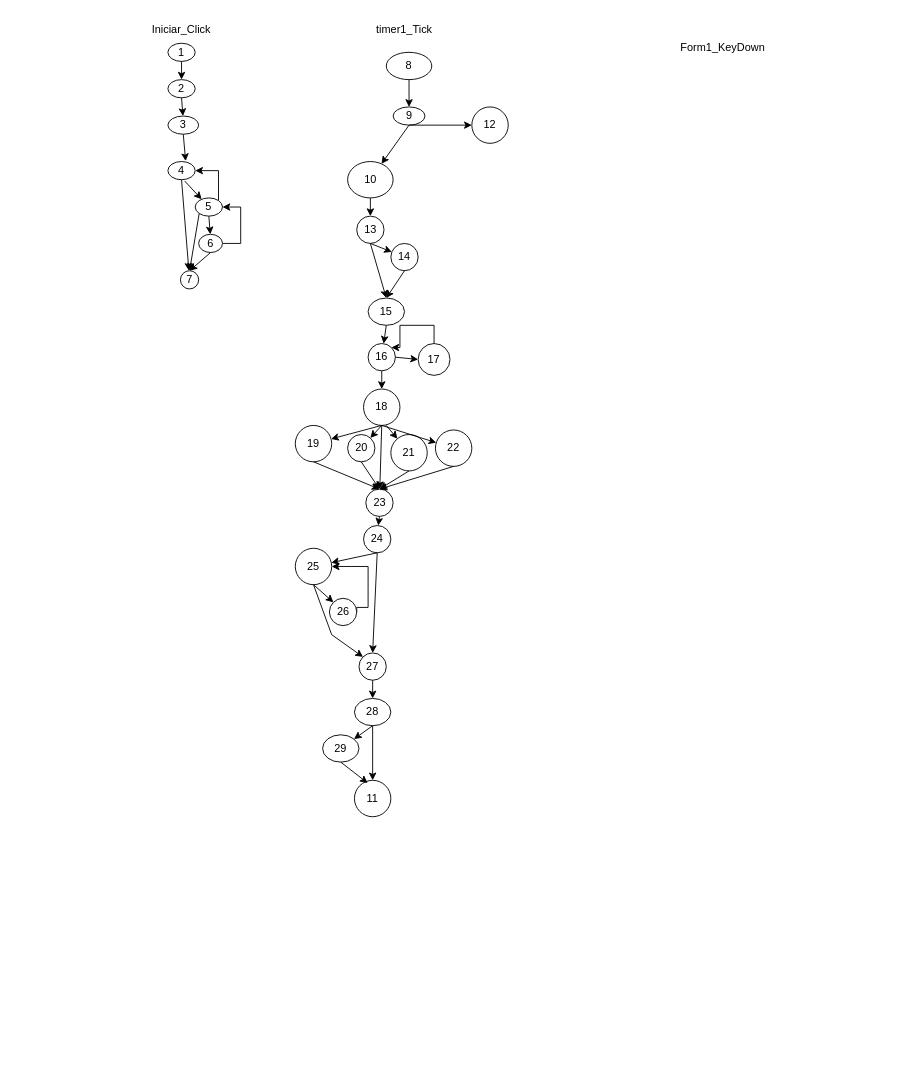
Before: Diagrama sin título.drawio in joqix/PrimerVideojuego, a draw.io diagram. Source tidied: cells renumbered, new cells numbered last; positions are measured from the earlier drawing's top-left corner, leaving out a move shared by most shapes. Both pictures are drawn from the tidied source at 91%, with x=0, y=0 at pixel (154, 15).
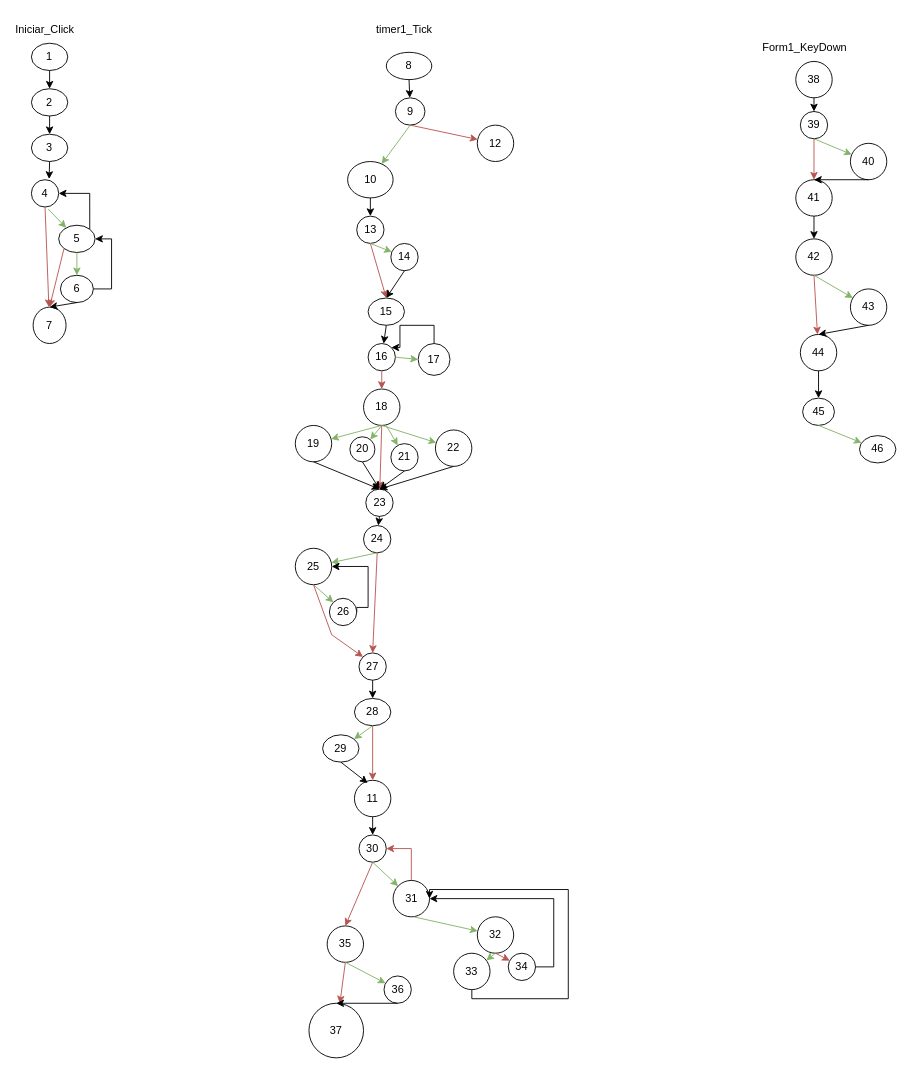
The same diagram, later.

Unchanged cells that the change refers to:
```xml
<mxCell id="23" value="10" style="ellipse;whiteSpace=wrap;html=1;" parent="1" vertex="1">
  <mxGeometry x="212.5" y="160" width="50" height="40" as="geometry" />
</mxCell>
<mxCell id="26" value="11" style="ellipse;whiteSpace=wrap;html=1;" parent="1" vertex="1">
  <mxGeometry x="220" y="840" width="40" height="40" as="geometry" />
</mxCell>
<mxCell id="31" value="13" style="ellipse;whiteSpace=wrap;html=1;" parent="1" vertex="1">
  <mxGeometry x="222.5" y="220" width="30" height="30" as="geometry" />
</mxCell>
<mxCell id="34" value="14" style="ellipse;whiteSpace=wrap;html=1;" parent="1" vertex="1">
  <mxGeometry x="260" y="250" width="30" height="30" as="geometry" />
</mxCell>
<mxCell id="35" value="15&lt;br&gt;" style="ellipse;whiteSpace=wrap;html=1;" parent="1" vertex="1">
  <mxGeometry x="235" y="310" width="40" height="30" as="geometry" />
</mxCell>
<mxCell id="38" value="16" style="ellipse;whiteSpace=wrap;html=1;" parent="1" vertex="1">
  <mxGeometry x="235" y="360" width="30" height="30" as="geometry" />
</mxCell>
<mxCell id="40" value="17&lt;br&gt;" style="ellipse;whiteSpace=wrap;html=1;" parent="1" vertex="1">
  <mxGeometry x="290" y="360" width="35" height="35" as="geometry" />
</mxCell>
<mxCell id="42" value="18&lt;br&gt;" style="ellipse;whiteSpace=wrap;html=1;" parent="1" vertex="1">
  <mxGeometry x="230" y="410" width="40" height="40" as="geometry" />
</mxCell>
<mxCell id="45" value="19" style="ellipse;whiteSpace=wrap;html=1;" parent="1" vertex="1">
  <mxGeometry x="155" y="450" width="40" height="40" as="geometry" />
</mxCell>
<mxCell id="51" value="22" style="ellipse;whiteSpace=wrap;html=1;" parent="1" vertex="1">
  <mxGeometry x="309" y="455" width="40" height="40" as="geometry" />
</mxCell>
<mxCell id="53" value="23" style="ellipse;whiteSpace=wrap;html=1;" parent="1" vertex="1">
  <mxGeometry x="232.5" y="520" width="30" height="30" as="geometry" />
</mxCell>
<mxCell id="59" value="24" style="ellipse;whiteSpace=wrap;html=1;" parent="1" vertex="1">
  <mxGeometry x="230" y="560" width="30" height="30" as="geometry" />
</mxCell>
<mxCell id="62" value="25" style="ellipse;whiteSpace=wrap;html=1;" parent="1" vertex="1">
  <mxGeometry x="155" y="585" width="40" height="40" as="geometry" />
</mxCell>
<mxCell id="64" value="26" style="ellipse;whiteSpace=wrap;html=1;" parent="1" vertex="1">
  <mxGeometry x="192.5" y="640" width="30" height="30" as="geometry" />
</mxCell>
<mxCell id="66" value="27&lt;br&gt;" style="ellipse;whiteSpace=wrap;html=1;" parent="1" vertex="1">
  <mxGeometry x="225" y="700" width="30" height="30" as="geometry" />
</mxCell>
<mxCell id="68" value="28" style="ellipse;whiteSpace=wrap;html=1;" parent="1" vertex="1">
  <mxGeometry x="220" y="750" width="40" height="30" as="geometry" />
</mxCell>
<mxCell id="71" value="29" style="ellipse;whiteSpace=wrap;html=1;" parent="1" vertex="1">
  <mxGeometry x="185" y="790" width="40" height="30" as="geometry" />
</mxCell>
```

The edit, as a diff of the source:
```diff
@@
     <mxCell id="2" value="1" style="ellipse;whiteSpace=wrap;html=1;" parent="1" vertex="1">
-      <mxGeometry x="15" y="30" width="30" height="20" as="geometry" />
+      <mxGeometry x="-135" y="30" width="40" height="30" as="geometry" />
     </mxCell>
@@
     <mxCell id="4" value="2" style="ellipse;whiteSpace=wrap;html=1;" parent="1" vertex="1">
-      <mxGeometry x="15" y="70" width="30" height="20" as="geometry" />
+      <mxGeometry x="-135" y="80" width="40" height="30" as="geometry" />
     </mxCell>
@@
     <mxCell id="6" value="3" style="ellipse;whiteSpace=wrap;html=1;" parent="1" vertex="1">
-      <mxGeometry x="15" y="110" width="33.8" height="20" as="geometry" />
+      <mxGeometry x="-135" y="130" width="40" height="30" as="geometry" />
     </mxCell>
@@
     <mxCell id="8" value="4" style="ellipse;whiteSpace=wrap;html=1;" parent="1" vertex="1">
-      <mxGeometry x="15" y="160" width="30" height="20" as="geometry" />
+      <mxGeometry x="-135" y="180" width="30" height="30" as="geometry" />
     </mxCell>
-    <mxCell id="9" style="endArrow=classic;html=1;rounded=0;exitX=0.5;exitY=1;exitDx=0;exitDy=0;" parent="1" edge="1" source="8" target="16">
+    <mxCell id="9" style="endArrow=classic;html=1;rounded=0;exitX=0.5;exitY=1;exitDx=0;exitDy=0;fillColor=#f8cecc;strokeColor=#b85450;" parent="1" edge="1" source="8" target="16">
       <mxGeometry relative="1" as="geometry" />
     </mxCell>
-    <mxCell id="10" style="endArrow=classic;html=1;rounded=0;exitX=0.617;exitY=1.075;exitDx=0;exitDy=0;exitPerimeter=0;" parent="1" edge="1" source="8" target="12">
+    <mxCell id="10" style="endArrow=classic;html=1;rounded=0;exitX=0.617;exitY=1.075;exitDx=0;exitDy=0;exitPerimeter=0;fillColor=#d5e8d4;strokeColor=#82b366;" parent="1" edge="1" source="8" target="12">
       <mxGeometry relative="1" as="geometry" />
     </mxCell>
@@
     <mxCell id="12" value="5" style="ellipse;whiteSpace=wrap;html=1;" parent="1" vertex="1">
-      <mxGeometry x="45" y="200" width="30" height="20" as="geometry" />
+      <mxGeometry x="-105" y="230" width="40" height="30" as="geometry" />
     </mxCell>
-    <mxCell id="13" style="endArrow=classic;html=1;rounded=0;exitX=0.5;exitY=1;exitDx=0;exitDy=0;" parent="1" edge="1" source="12" target="15">
+    <mxCell id="13" style="endArrow=classic;html=1;rounded=0;exitX=0.5;exitY=1;exitDx=0;exitDy=0;fillColor=#d5e8d4;strokeColor=#82b366;" parent="1" edge="1" source="12" target="15">
       <mxGeometry relative="1" as="geometry" />
     </mxCell>
@@
     <mxCell id="15" value="6" style="ellipse;whiteSpace=wrap;html=1;" parent="1" vertex="1">
-      <mxGeometry x="48.8" y="240" width="26.2" height="20" as="geometry" />
+      <mxGeometry x="-103.1" y="285" width="36.2" height="30" as="geometry" />
     </mxCell>
     <mxCell id="16" value="7" style="ellipse;whiteSpace=wrap;html=1;" parent="1" vertex="1">
-      <mxGeometry x="28.8" y="280" width="20" height="20" as="geometry" />
+      <mxGeometry x="-133.1" y="320" width="36.2" height="40" as="geometry" />
     </mxCell>
@@
-    <mxCell id="18" style="endArrow=classic;html=1;rounded=0;exitX=0;exitY=1;exitDx=0;exitDy=0;entryX=0.5;entryY=0;entryDx=0;entryDy=0;" parent="1" edge="1" source="12" target="16">
+    <mxCell id="18" style="endArrow=classic;html=1;rounded=0;exitX=0;exitY=1;exitDx=0;exitDy=0;entryX=0.5;entryY=0;entryDx=0;entryDy=0;fillColor=#f8cecc;strokeColor=#b85450;" parent="1" edge="1" source="12" target="16">
       <mxGeometry relative="1" as="geometry" />
     </mxCell>
@@
     <mxCell id="21" value="9" style="ellipse;whiteSpace=wrap;html=1;" parent="1" vertex="1">
-      <mxGeometry x="262.5" y="100" width="35" height="20" as="geometry" />
+      <mxGeometry x="265" y="90" width="32.5" height="30" as="geometry" />
     </mxCell>
-    <mxCell id="22" style="endArrow=classic;html=1;rounded=0;exitX=0.5;exitY=1;exitDx=0;exitDy=0;" parent="1" edge="1" source="21" target="23">
+    <mxCell id="22" style="endArrow=classic;html=1;rounded=0;exitX=0.5;exitY=1;exitDx=0;exitDy=0;fillColor=#d5e8d4;strokeColor=#82b366;" parent="1" edge="1" source="21" target="23">
       <mxGeometry relative="1" as="geometry" />
     </mxCell>
@@
-    <mxCell id="24" style="endArrow=classic;html=1;rounded=0;exitX=0.5;exitY=1;exitDx=0;exitDy=0;" parent="1" edge="1" source="21" target="25">
+    <mxCell id="24" style="endArrow=classic;html=1;rounded=0;exitX=0.5;exitY=1;exitDx=0;exitDy=0;fillColor=#f8cecc;strokeColor=#b85450;" parent="1" edge="1" source="21" target="25">
       <mxGeometry relative="1" as="geometry" />
     </mxCell>
     <mxCell id="25" value="12" style="ellipse;whiteSpace=wrap;html=1;" parent="1" vertex="1">
-      <mxGeometry x="349" y="100" width="40" height="40" as="geometry" />
+      <mxGeometry x="355" y="120" width="40" height="40" as="geometry" />
     </mxCell>
@@
     <mxCell id="27" value="Iniciar_Click" style="text;html=1;strokeColor=none;fillColor=none;align=center;verticalAlign=middle;whiteSpace=wrap;rounded=0;" parent="1" vertex="1">
-      <mxGeometry width="60" height="30" as="geometry" />
+      <mxGeometry x="-150" width="60" height="30" as="geometry" />
     </mxCell>
@@
     <mxCell id="29" value="Form1_KeyDown" style="text;html=1;strokeColor=none;fillColor=none;align=center;verticalAlign=middle;whiteSpace=wrap;rounded=0;" parent="1" vertex="1">
-      <mxGeometry x="595" y="20" width="60" height="30" as="geometry" />
+      <mxGeometry x="685" y="20" width="60" height="30" as="geometry" />
     </mxCell>
@@
-    <mxCell id="32" style="endArrow=classic;html=1;rounded=0;exitX=0.5;exitY=1;exitDx=0;exitDy=0;entryX=0.5;entryY=0;entryDx=0;entryDy=0;" parent="1" edge="1" source="31" target="35">
+    <mxCell id="32" style="endArrow=classic;html=1;rounded=0;exitX=0.5;exitY=1;exitDx=0;exitDy=0;entryX=0.5;entryY=0;entryDx=0;entryDy=0;fillColor=#f8cecc;strokeColor=#b85450;" parent="1" edge="1" source="31" target="35">
       <mxGeometry relative="1" as="geometry" />
     </mxCell>
-    <mxCell id="33" style="endArrow=classic;html=1;rounded=0;exitX=0.5;exitY=1;exitDx=0;exitDy=0;" parent="1" edge="1" source="31" target="34">
+    <mxCell id="33" style="endArrow=classic;html=1;rounded=0;exitX=0.5;exitY=1;exitDx=0;exitDy=0;fillColor=#d5e8d4;strokeColor=#82b366;" parent="1" edge="1" source="31" target="34">
       <mxGeometry relative="1" as="geometry" />
     </mxCell>
@@
-    <mxCell id="41" style="endArrow=classic;html=1;rounded=0;exitX=1;exitY=0.5;exitDx=0;exitDy=0;entryX=0;entryY=0.5;entryDx=0;entryDy=0;" parent="1" edge="1" source="38" target="40">
+    <mxCell id="41" style="endArrow=classic;html=1;rounded=0;exitX=1;exitY=0.5;exitDx=0;exitDy=0;entryX=0;entryY=0.5;entryDx=0;entryDy=0;fillColor=#d5e8d4;strokeColor=#82b366;" parent="1" edge="1" source="38" target="40">
       <mxGeometry relative="1" as="geometry" />
     </mxCell>
@@
-    <mxCell id="43" style="endArrow=classic;html=1;rounded=0;exitX=0.5;exitY=1;exitDx=0;exitDy=0;entryX=0.5;entryY=0;entryDx=0;entryDy=0;" parent="1" edge="1" source="38" target="42">
+    <mxCell id="43" style="endArrow=classic;html=1;rounded=0;exitX=0.5;exitY=1;exitDx=0;exitDy=0;entryX=0.5;entryY=0;entryDx=0;entryDy=0;fillColor=#f8cecc;strokeColor=#b85450;" parent="1" edge="1" source="38" target="42">
       <mxGeometry relative="1" as="geometry" />
     </mxCell>
-    <mxCell id="44" style="endArrow=classic;html=1;rounded=0;exitX=0.5;exitY=1;exitDx=0;exitDy=0;" parent="1" edge="1" source="42" target="45">
+    <mxCell id="44" style="endArrow=classic;html=1;rounded=0;exitX=0.5;exitY=1;exitDx=0;exitDy=0;fillColor=#d5e8d4;strokeColor=#82b366;" parent="1" edge="1" source="42" target="45">
       <mxGeometry relative="1" as="geometry" />
     </mxCell>
@@
-    <mxCell id="46" style="endArrow=classic;html=1;rounded=0;exitX=0.5;exitY=1;exitDx=0;exitDy=0;" parent="1" edge="1" source="42" target="47">
+    <mxCell id="46" style="endArrow=classic;html=1;rounded=0;exitX=0.5;exitY=1;exitDx=0;exitDy=0;fillColor=#d5e8d4;strokeColor=#82b366;" parent="1" edge="1" source="42" target="47">
       <mxGeometry relative="1" as="geometry" />
     </mxCell>
     <mxCell id="47" value="20" style="ellipse;whiteSpace=wrap;html=1;" parent="1" vertex="1">
-      <mxGeometry x="212.5" y="460" width="30" height="30" as="geometry" />
+      <mxGeometry x="215" y="462.5" width="27.5" height="27.5" as="geometry" />
     </mxCell>
-    <mxCell id="48" style="endArrow=classic;html=1;rounded=0;" parent="1" edge="1" target="49">
+    <mxCell id="48" style="endArrow=classic;html=1;rounded=0;fillColor=#d5e8d4;strokeColor=#82b366;" parent="1" edge="1" target="49">
       <mxGeometry relative="1" as="geometry">
         <mxPoint x="255" y="450" as="sourcePoint" />
       </mxGeometry>
     </mxCell>
     <mxCell id="49" value="21" style="ellipse;whiteSpace=wrap;html=1;" parent="1" vertex="1">
-      <mxGeometry x="260" y="460" width="40" height="40" as="geometry" />
+      <mxGeometry x="260" y="470" width="30" height="30" as="geometry" />
     </mxCell>
-    <mxCell id="50" style="endArrow=classic;html=1;rounded=0;exitX=0.5;exitY=1;exitDx=0;exitDy=0;" parent="1" edge="1" source="42" target="51">
+    <mxCell id="50" style="endArrow=classic;html=1;rounded=0;exitX=0.5;exitY=1;exitDx=0;exitDy=0;fillColor=#d5e8d4;strokeColor=#82b366;" parent="1" edge="1" source="42" target="51">
       <mxGeometry relative="1" as="geometry" />
     </mxCell>
@@
-    <mxCell id="52" style="endArrow=classic;html=1;rounded=0;exitX=0.5;exitY=1;exitDx=0;exitDy=0;" parent="1" edge="1" source="42" target="53">
+    <mxCell id="52" style="endArrow=classic;html=1;rounded=0;exitX=0.5;exitY=1;exitDx=0;exitDy=0;fillColor=#f8cecc;strokeColor=#b85450;" parent="1" edge="1" source="42" target="53">
       <mxGeometry relative="1" as="geometry" />
     </mxCell>
@@
-    <mxCell id="60" style="endArrow=classic;html=1;rounded=0;exitX=0.5;exitY=1;exitDx=0;exitDy=0;" parent="1" edge="1" source="59" target="62">
+    <mxCell id="60" style="endArrow=classic;html=1;rounded=0;exitX=0.5;exitY=1;exitDx=0;exitDy=0;fillColor=#d5e8d4;strokeColor=#82b366;" parent="1" edge="1" source="59" target="62">
       <mxGeometry relative="1" as="geometry" />
     </mxCell>
-    <mxCell id="61" style="endArrow=classic;html=1;rounded=0;exitX=0.5;exitY=1;exitDx=0;exitDy=0;entryX=0.5;entryY=0;entryDx=0;entryDy=0;" parent="1" edge="1" source="59" target="66">
+    <mxCell id="61" style="endArrow=classic;html=1;rounded=0;exitX=0.5;exitY=1;exitDx=0;exitDy=0;entryX=0.5;entryY=0;entryDx=0;entryDy=0;fillColor=#f8cecc;strokeColor=#b85450;" parent="1" edge="1" source="59" target="66">
       <mxGeometry relative="1" as="geometry" />
     </mxCell>
@@
-    <mxCell id="65" style="endArrow=classic;html=1;rounded=0;exitX=0.5;exitY=1;exitDx=0;exitDy=0;entryX=0;entryY=0;entryDx=0;entryDy=0;" parent="1" edge="1" source="62" target="64">
+    <mxCell id="65" style="endArrow=classic;html=1;rounded=0;exitX=0.5;exitY=1;exitDx=0;exitDy=0;entryX=0;entryY=0;entryDx=0;entryDy=0;fillColor=#d5e8d4;strokeColor=#82b366;" parent="1" edge="1" source="62" target="64">
       <mxGeometry relative="1" as="geometry" />
     </mxCell>
@@
-    <mxCell id="67" style="endArrow=classic;html=1;rounded=0;exitX=0.5;exitY=1;exitDx=0;exitDy=0;entryX=0;entryY=0;entryDx=0;entryDy=0;" parent="1" edge="1" source="62" target="66">
+    <mxCell id="67" style="endArrow=classic;html=1;rounded=0;exitX=0.5;exitY=1;exitDx=0;exitDy=0;entryX=0;entryY=0;entryDx=0;entryDy=0;fillColor=#f8cecc;strokeColor=#b85450;" parent="1" edge="1" source="62" target="66">
       <mxGeometry relative="1" as="geometry">
         <Array as="points">
           <mxPoint x="195" y="680" />
         </Array>
       </mxGeometry>
     </mxCell>
@@
-    <mxCell id="70" style="endArrow=classic;html=1;rounded=0;exitX=0.5;exitY=1;exitDx=0;exitDy=0;" parent="1" edge="1" source="68" target="71">
+    <mxCell id="70" style="endArrow=classic;html=1;rounded=0;exitX=0.5;exitY=1;exitDx=0;exitDy=0;fillColor=#d5e8d4;strokeColor=#82b366;" parent="1" edge="1" source="68" target="71">
       <mxGeometry relative="1" as="geometry" />
     </mxCell>
@@
-    <mxCell id="72" style="endArrow=classic;html=1;rounded=0;exitX=0.5;exitY=1;exitDx=0;exitDy=0;entryX=0.5;entryY=0;entryDx=0;entryDy=0;" parent="1" edge="1" source="68" target="26">
+    <mxCell id="72" style="endArrow=classic;html=1;rounded=0;exitX=0.5;exitY=1;exitDx=0;exitDy=0;entryX=0.5;entryY=0;entryDx=0;entryDy=0;fillColor=#f8cecc;strokeColor=#b85450;" parent="1" edge="1" source="68" target="26">
       <mxGeometry relative="1" as="geometry" />
     </mxCell>
@@
+    <mxCell id="74" style="endArrow=classic;html=1;rounded=0;exitX=0.5;exitY=1;exitDx=0;exitDy=0;" parent="1" edge="1" source="26" target="75">
+      <mxGeometry relative="1" as="geometry" />
+    </mxCell>
+    <mxCell id="75" value="30" style="ellipse;whiteSpace=wrap;html=1;" parent="1" vertex="1">
+      <mxGeometry x="225" y="900" width="30" height="30" as="geometry" />
+    </mxCell>
+    <mxCell id="76" style="endArrow=classic;html=1;rounded=0;exitX=0.5;exitY=1;exitDx=0;exitDy=0;entryX=0.5;entryY=0;entryDx=0;entryDy=0;fillColor=#f8cecc;strokeColor=#b85450;" parent="1" edge="1" source="75" target="88">
+      <mxGeometry relative="1" as="geometry" />
+    </mxCell>
+    <mxCell id="77" style="endArrow=classic;html=1;rounded=0;exitX=0.5;exitY=1;exitDx=0;exitDy=0;fillColor=#d5e8d4;strokeColor=#82b366;" parent="1" edge="1" source="75" target="79">
+      <mxGeometry relative="1" as="geometry" />
+    </mxCell>
+    <mxCell id="78" style="edgeStyle=orthogonalEdgeStyle;rounded=0;jettySize=auto;html=1;exitX=0.5;exitY=0;exitDx=0;exitDy=0;entryX=1;entryY=0.5;entryDx=0;entryDy=0;fillColor=#f8cecc;strokeColor=#b85450;" parent="1" edge="1" source="79" target="75">
+      <mxGeometry relative="1" as="geometry" />
+    </mxCell>
+    <mxCell id="79" value="31" style="ellipse;whiteSpace=wrap;html=1;" parent="1" vertex="1">
+      <mxGeometry x="262.5" y="950" width="40" height="40" as="geometry" />
+    </mxCell>
+    <mxCell id="80" style="endArrow=classic;html=1;rounded=0;fillColor=#d5e8d4;strokeColor=#82b366;" parent="1" edge="1" target="81">
+      <mxGeometry relative="1" as="geometry">
+        <mxPoint x="285" y="990" as="sourcePoint" />
+      </mxGeometry>
+    </mxCell>
+    <mxCell id="81" value="32" style="ellipse;whiteSpace=wrap;html=1;" parent="1" vertex="1">
+      <mxGeometry x="355" y="990" width="40" height="40" as="geometry" />
+    </mxCell>
+    <mxCell id="82" style="endArrow=classic;html=1;rounded=0;exitX=0.5;exitY=1;exitDx=0;exitDy=0;fillColor=#d5e8d4;strokeColor=#82b366;" parent="1" edge="1" source="81" target="84">
+      <mxGeometry relative="1" as="geometry" />
+    </mxCell>
+    <mxCell id="83" style="edgeStyle=orthogonalEdgeStyle;rounded=0;jettySize=auto;html=1;exitX=0.5;exitY=1;exitDx=0;exitDy=0;entryX=1;entryY=0.5;entryDx=0;entryDy=0;" parent="1" edge="1" source="84" target="79">
+      <mxGeometry relative="1" as="geometry">
+        <Array as="points">
+          <mxPoint x="349" y="1080" />
+          <mxPoint x="455" y="1080" />
+          <mxPoint x="455" y="960" />
+          <mxPoint x="303" y="960" />
+        </Array>
+      </mxGeometry>
+    </mxCell>
+    <mxCell id="84" value="33" style="ellipse;whiteSpace=wrap;html=1;" parent="1" vertex="1">
+      <mxGeometry x="329" y="1030" width="40" height="40" as="geometry" />
+    </mxCell>
+    <mxCell id="85" style="endArrow=classic;html=1;rounded=0;exitX=0.5;exitY=1;exitDx=0;exitDy=0;fillColor=#f8cecc;strokeColor=#b85450;" parent="1" edge="1" source="81" target="87">
+      <mxGeometry relative="1" as="geometry" />
+    </mxCell>
+    <mxCell id="86" style="edgeStyle=orthogonalEdgeStyle;rounded=0;jettySize=auto;html=1;exitX=1;exitY=0.5;exitDx=0;exitDy=0;entryX=1;entryY=0.5;entryDx=0;entryDy=0;" parent="1" edge="1" source="87" target="79">
+      <mxGeometry relative="1" as="geometry" />
+    </mxCell>
+    <mxCell id="87" value="34" style="ellipse;whiteSpace=wrap;html=1;" parent="1" vertex="1">
+      <mxGeometry x="389" y="1030" width="30" height="30" as="geometry" />
+    </mxCell>
+    <mxCell id="88" value="35" style="ellipse;whiteSpace=wrap;html=1;" parent="1" vertex="1">
+      <mxGeometry x="190" y="1000" width="40" height="40" as="geometry" />
+    </mxCell>
+    <mxCell id="89" style="endArrow=classic;html=1;rounded=0;exitX=0.5;exitY=1;exitDx=0;exitDy=0;fillColor=#f8cecc;strokeColor=#b85450;" parent="1" edge="1" source="88" target="92">
+      <mxGeometry relative="1" as="geometry" />
+    </mxCell>
+    <mxCell id="90" style="endArrow=classic;html=1;rounded=0;exitX=0.5;exitY=1;exitDx=0;exitDy=0;fillColor=#d5e8d4;strokeColor=#82b366;" parent="1" edge="1" source="88" target="91">
+      <mxGeometry relative="1" as="geometry" />
+    </mxCell>
+    <mxCell id="91" value="36" style="ellipse;whiteSpace=wrap;html=1;" parent="1" vertex="1">
+      <mxGeometry x="252.5" y="1055" width="30" height="30" as="geometry" />
+    </mxCell>
+    <mxCell id="92" value="37" style="ellipse;whiteSpace=wrap;html=1;" parent="1" vertex="1">
+      <mxGeometry x="170" y="1085" width="60" height="60" as="geometry" />
+    </mxCell>
+    <mxCell id="93" style="endArrow=classic;html=1;rounded=0;exitX=0.5;exitY=1;exitDx=0;exitDy=0;entryX=0.5;entryY=0;entryDx=0;entryDy=0;" parent="1" edge="1" source="91" target="92">
+      <mxGeometry relative="1" as="geometry" />
+    </mxCell>
+    <mxCell id="94" value="38" style="ellipse;whiteSpace=wrap;html=1;" parent="1" vertex="1">
+      <mxGeometry x="705" y="50" width="40" height="40" as="geometry" />
+    </mxCell>
+    <mxCell id="95" style="endArrow=classic;html=1;rounded=0;exitX=0.5;exitY=1;exitDx=0;exitDy=0;" parent="1" edge="1" source="94" target="96">
+      <mxGeometry relative="1" as="geometry" />
+    </mxCell>
+    <mxCell id="96" value="39" style="ellipse;whiteSpace=wrap;html=1;" parent="1" vertex="1">
+      <mxGeometry x="710" y="105" width="30" height="30" as="geometry" />
+    </mxCell>
+    <mxCell id="97" style="endArrow=classic;html=1;rounded=0;exitX=0.5;exitY=1;exitDx=0;exitDy=0;fillColor=#f8cecc;strokeColor=#b85450;" parent="1" edge="1" source="96" target="100">
+      <mxGeometry relative="1" as="geometry" />
+    </mxCell>
+    <mxCell id="98" style="endArrow=classic;html=1;rounded=0;exitX=0.5;exitY=1;exitDx=0;exitDy=0;fillColor=#d5e8d4;strokeColor=#82b366;" parent="1" edge="1" source="96" target="99">
+      <mxGeometry relative="1" as="geometry" />
+    </mxCell>
+    <mxCell id="99" value="40" style="ellipse;whiteSpace=wrap;html=1;" parent="1" vertex="1">
+      <mxGeometry x="765" y="140" width="40" height="40" as="geometry" />
+    </mxCell>
+    <mxCell id="100" value="41" style="ellipse;whiteSpace=wrap;html=1;" parent="1" vertex="1">
+      <mxGeometry x="705" y="180" width="40" height="40" as="geometry" />
+    </mxCell>
+    <mxCell id="101" style="endArrow=classic;html=1;rounded=0;exitX=0.5;exitY=1;exitDx=0;exitDy=0;entryX=0.5;entryY=0;entryDx=0;entryDy=0;" parent="1" edge="1" source="99" target="100">
+      <mxGeometry relative="1" as="geometry" />
+    </mxCell>
+    <mxCell id="102" style="endArrow=classic;html=1;rounded=0;exitX=0.5;exitY=1;exitDx=0;exitDy=0;" parent="1" edge="1" source="100" target="103">
+      <mxGeometry relative="1" as="geometry" />
+    </mxCell>
+    <mxCell id="103" value="42" style="ellipse;whiteSpace=wrap;html=1;" parent="1" vertex="1">
+      <mxGeometry x="705" y="245" width="40" height="40" as="geometry" />
+    </mxCell>
+    <mxCell id="104" style="endArrow=classic;html=1;rounded=0;exitX=0.5;exitY=1;exitDx=0;exitDy=0;fillColor=#f8cecc;strokeColor=#b85450;" parent="1" edge="1" source="103" target="107">
+      <mxGeometry relative="1" as="geometry" />
+    </mxCell>
+    <mxCell id="105" style="endArrow=classic;html=1;rounded=0;exitX=0.5;exitY=1;exitDx=0;exitDy=0;fillColor=#d5e8d4;strokeColor=#82b366;" parent="1" edge="1" source="103" target="106">
+      <mxGeometry relative="1" as="geometry" />
+    </mxCell>
+    <mxCell id="106" value="43" style="ellipse;whiteSpace=wrap;html=1;" parent="1" vertex="1">
+      <mxGeometry x="765" y="300" width="40" height="40" as="geometry" />
+    </mxCell>
+    <mxCell id="107" value="44" style="ellipse;whiteSpace=wrap;html=1;" parent="1" vertex="1">
+      <mxGeometry x="710" y="350" width="40" height="40" as="geometry" />
+    </mxCell>
+    <mxCell id="108" style="endArrow=classic;html=1;rounded=0;exitX=0.5;exitY=1;exitDx=0;exitDy=0;entryX=0.5;entryY=0;entryDx=0;entryDy=0;" parent="1" edge="1" source="106" target="107">
+      <mxGeometry relative="1" as="geometry" />
+    </mxCell>
+    <mxCell id="109" value="45" style="ellipse;whiteSpace=wrap;html=1;" parent="1" vertex="1">
+      <mxGeometry x="712.5" y="420" width="35" height="30" as="geometry" />
+    </mxCell>
+    <mxCell id="110" style="endArrow=classic;html=1;rounded=0;exitX=0.5;exitY=1;exitDx=0;exitDy=0;entryX=0.5;entryY=0;entryDx=0;entryDy=0;" parent="1" edge="1" source="107" target="109">
+      <mxGeometry relative="1" as="geometry" />
+    </mxCell>
+    <mxCell id="111" style="endArrow=classic;html=1;rounded=0;exitX=0.5;exitY=1;exitDx=0;exitDy=0;fillColor=#d5e8d4;strokeColor=#82b366;" parent="1" edge="1" source="109" target="112">
+      <mxGeometry relative="1" as="geometry" />
+    </mxCell>
+    <mxCell id="112" value="46" style="ellipse;whiteSpace=wrap;html=1;" parent="1" vertex="1">
+      <mxGeometry x="775" y="461.2" width="40" height="30" as="geometry" />
+    </mxCell>
```
